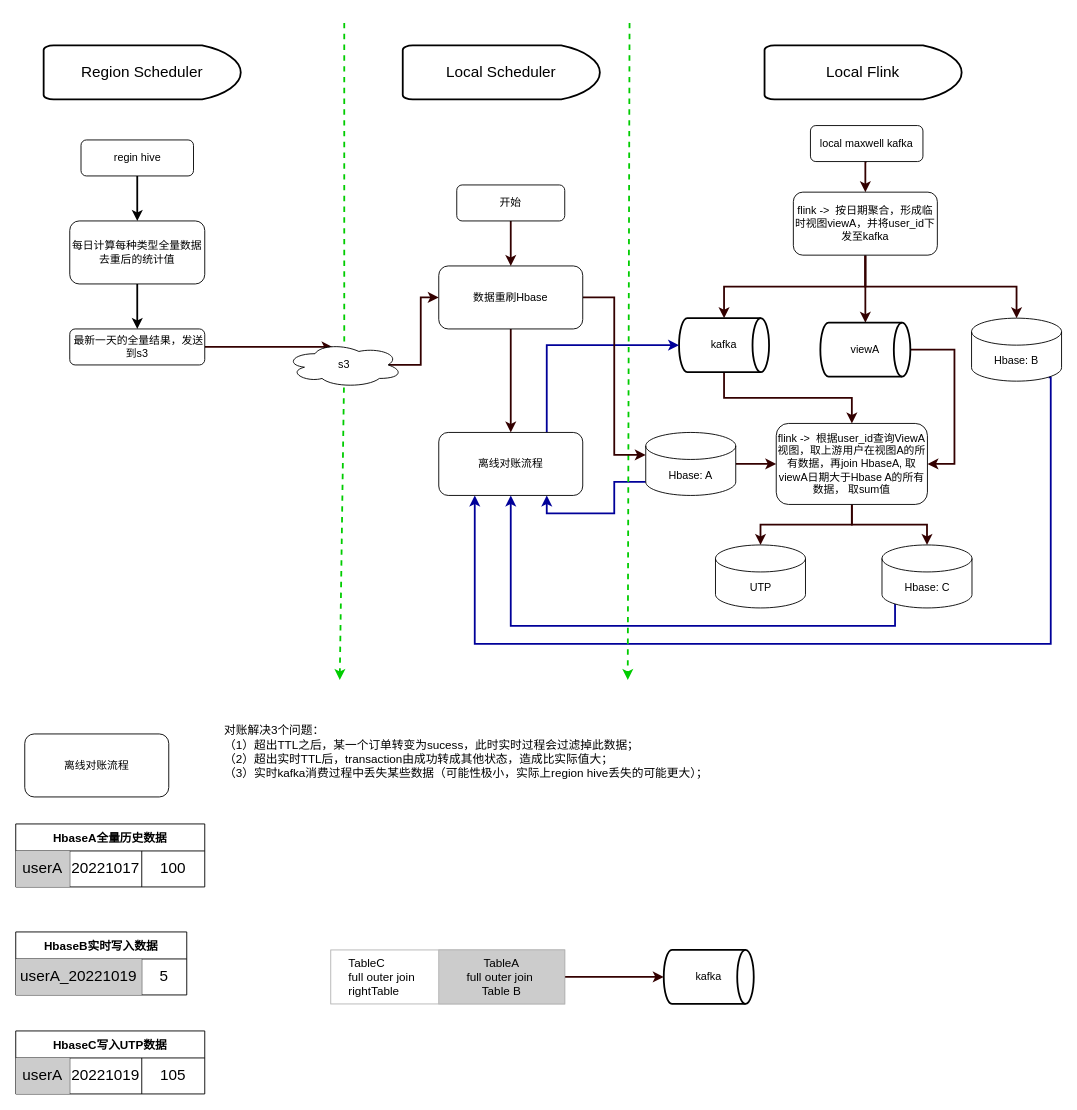
The draw.io diagram 未命名绘图.drawio in LadyTao/flink-study, before the edit. Source tidied: cells renumbered, new cells numbered last; positions are measured from the earlier drawing's top-left corner, leaving out a move shared by most shapes. Both pictures are drawn from the tidied source at 90%, with x=0, y=0 at pixel (15, 22).
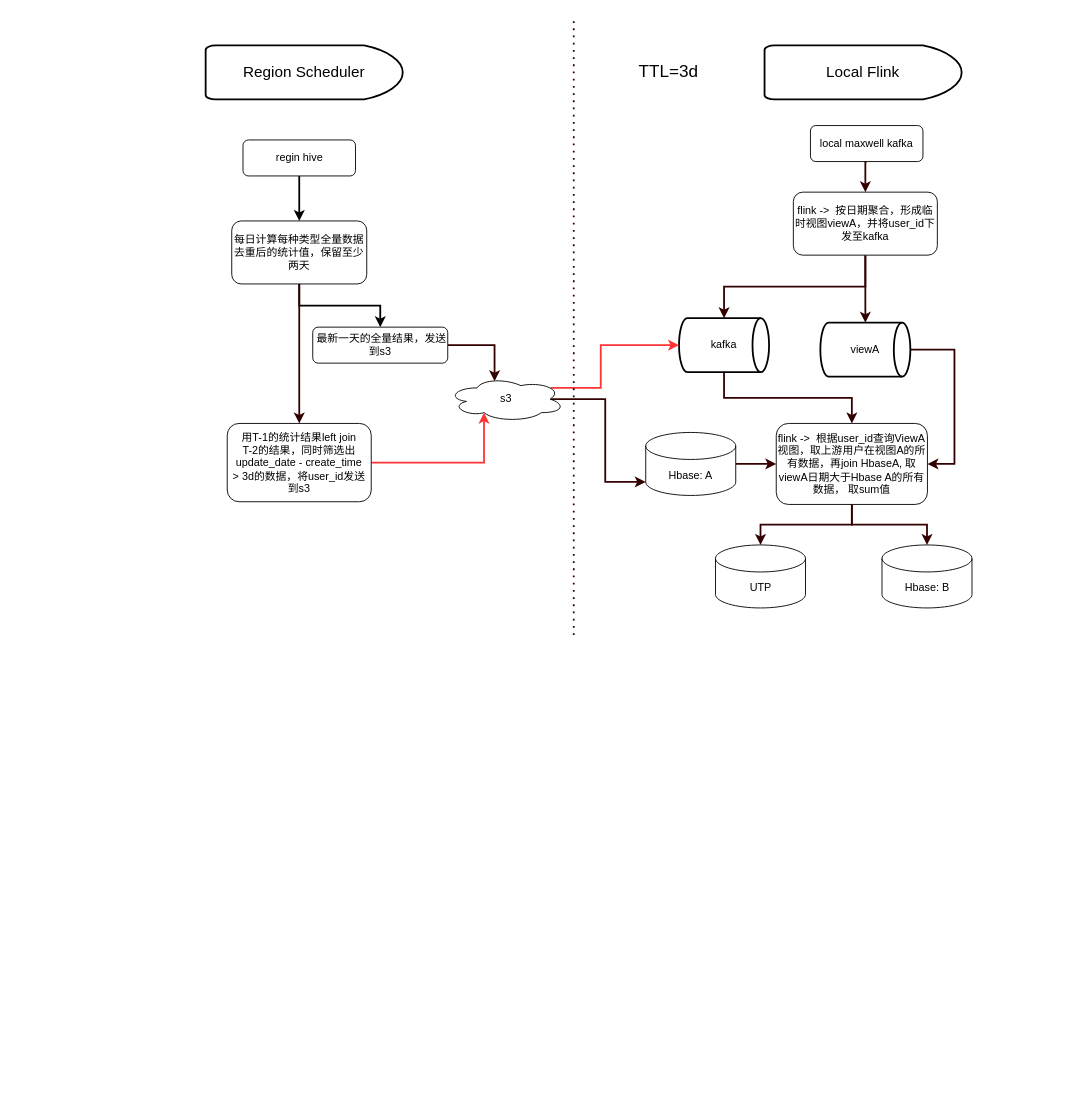
The same page after the edit.

Commit message:
更新未命名绘图.drawio

Unchanged cells that the change refers to:
```xml
<mxCell id="14" value="Hbase: A" style="shape=cylinder3;whiteSpace=wrap;html=1;boundedLbl=1;backgroundOutline=1;size=15;" parent="1" vertex="1">
  <mxGeometry x="700" y="455" width="100" height="70" as="geometry" />
</mxCell>
<mxCell id="18" value="flink -&amp;gt;&amp;nbsp; 按日期聚合，形成临时视图viewA，并将user_id下发至kafka" style="rounded=1;whiteSpace=wrap;html=1;" parent="1" vertex="1">
  <mxGeometry x="864" y="188" width="160" height="70" as="geometry" />
</mxCell>
<mxCell id="20" value="kafka" style="strokeWidth=2;html=1;shape=mxgraph.flowchart.direct_data;whiteSpace=wrap;" parent="1" vertex="1">
  <mxGeometry x="737" y="328" width="100" height="60" as="geometry" />
</mxCell>
```

What changed in the source:
```diff
@@
-    <mxCell id="2" value="&amp;nbsp; &amp;nbsp; &amp;nbsp;TableC&amp;nbsp;&lt;br&gt;&amp;nbsp; &amp;nbsp; &amp;nbsp;full outer join&amp;nbsp;&lt;br&gt;&amp;nbsp; &amp;nbsp; &amp;nbsp;rightTable" style="rounded=0;whiteSpace=wrap;html=1;strokeColor=#B3B3B3;fontSize=13;fillColor=default;align=left;" parent="1" vertex="1">
-      <mxGeometry x="350" y="1030" width="260" height="60" as="geometry" />
-    </mxCell>
-    <mxCell id="3" style="edgeStyle=none;jettySize=auto;html=1;rounded=0;strokeWidth=2;dashed=1;strokeColor=#00CC00;startArrow=none;" parent="1" edge="1" source="38">
-      <mxGeometry relative="1" as="geometry">
-        <mxPoint x="360" y="730" as="targetPoint" />
-      </mxGeometry>
-    </mxCell>
@@
     <mxCell id="5" value="regin hive" style="rounded=1;whiteSpace=wrap;html=1;" parent="1" vertex="1">
-      <mxGeometry x="72.5" y="130" width="125" height="40" as="geometry" />
+      <mxGeometry x="252.5" y="130" width="125" height="40" as="geometry" />
     </mxCell>
@@
+    <mxCell id="64" style="edgeStyle=orthogonalEdgeStyle;rounded=0;jettySize=auto;html=1;exitX=0.5;exitY=1;exitDx=0;exitDy=0;strokeColor=#330000;strokeWidth=2;fontSize=13;" parent="1" edge="1" source="9" target="68">
+      <mxGeometry relative="1" as="geometry" />
+    </mxCell>
-    <mxCell id="9" value="每日计算每种类型全量数据去重后的统计值" style="rounded=1;whiteSpace=wrap;html=1;" parent="1" vertex="1">
-      <mxGeometry x="60" y="220" width="150" height="70" as="geometry" />
+    <mxCell id="9" value="每日计算每种类型全量数据去重后的统计值，保留至少两天" style="rounded=1;whiteSpace=wrap;html=1;" parent="1" vertex="1">
+      <mxGeometry x="240" y="220" width="150" height="70" as="geometry" />
     </mxCell>
@@
     <mxCell id="11" value="&amp;nbsp;最新一天的全量结果，发送到s3" style="rounded=1;whiteSpace=wrap;html=1;" parent="1" vertex="1">
-      <mxGeometry x="60" y="340" width="150" height="40" as="geometry" />
+      <mxGeometry x="330" y="338" width="150" height="40" as="geometry" />
     </mxCell>
@@
-    <mxCell id="13" style="edgeStyle=orthogonalEdgeStyle;rounded=0;jettySize=auto;html=1;exitX=0;exitY=1;exitDx=0;exitDy=-15;exitPerimeter=0;entryX=0.75;entryY=1;entryDx=0;entryDy=0;strokeColor=#000099;strokeWidth=2;fontSize=17;" parent="1" edge="1" source="14" target="36">
-      <mxGeometry relative="1" as="geometry" />
-    </mxCell>
@@
-    <mxCell id="17" style="edgeStyle=orthogonalEdgeStyle;rounded=0;jettySize=auto;html=1;exitX=0.5;exitY=1;exitDx=0;exitDy=0;strokeColor=#330000;strokeWidth=2;" parent="1" edge="1" source="18" target="30">
-      <mxGeometry relative="1" as="geometry" />
-    </mxCell>
@@
-    <mxCell id="24" style="edgeStyle=orthogonalEdgeStyle;rounded=0;jettySize=auto;html=1;exitX=0.145;exitY=1;exitDx=0;exitDy=-4.35;exitPerimeter=0;entryX=0.5;entryY=1;entryDx=0;entryDy=0;strokeColor=#000099;strokeWidth=2;fontSize=17;" parent="1" edge="1" source="25" target="36">
-      <mxGeometry relative="1" as="geometry">
-        <Array as="points">
-          <mxPoint x="977" y="670" />
-          <mxPoint x="550" y="670" />
-        </Array>
-      </mxGeometry>
-    </mxCell>
-    <mxCell id="25" value="Hbase: C" style="shape=cylinder3;whiteSpace=wrap;html=1;boundedLbl=1;backgroundOutline=1;size=15;" parent="1" vertex="1">
+    <mxCell id="25" value="Hbase: B" style="shape=cylinder3;whiteSpace=wrap;html=1;boundedLbl=1;backgroundOutline=1;size=15;" parent="1" vertex="1">
       <mxGeometry x="962.5" y="580" width="100" height="70" as="geometry" />
     </mxCell>
@@
-    <mxCell id="29" style="edgeStyle=orthogonalEdgeStyle;rounded=0;jettySize=auto;html=1;exitX=0.855;exitY=1;exitDx=0;exitDy=-4.35;exitPerimeter=0;entryX=0.25;entryY=1;entryDx=0;entryDy=0;strokeColor=#000099;strokeWidth=2;fontSize=17;" parent="1" edge="1" source="30" target="36">
-      <mxGeometry relative="1" as="geometry">
-        <Array as="points">
-          <mxPoint x="1150" y="394" />
-          <mxPoint x="1150" y="690" />
-          <mxPoint x="510" y="690" />
-        </Array>
-      </mxGeometry>
-    </mxCell>
-    <mxCell id="30" value="Hbase: B" style="shape=cylinder3;whiteSpace=wrap;html=1;boundedLbl=1;backgroundOutline=1;size=15;" parent="1" vertex="1">
-      <mxGeometry x="1062" y="328" width="100" height="70" as="geometry" />
-    </mxCell>
     <mxCell id="31" value="&lt;font style=&quot;font-size: 17px;&quot;&gt;Region Scheduler&lt;/font&gt;" style="strokeWidth=2;html=1;shape=mxgraph.flowchart.delay;whiteSpace=wrap;fontSize=16;" parent="1" vertex="1">
-      <mxGeometry x="31" y="25" width="219" height="60" as="geometry" />
+      <mxGeometry x="211" y="25" width="219" height="60" as="geometry" />
     </mxCell>
@@
-    <mxCell id="33" value="&lt;font style=&quot;font-size: 17px;&quot;&gt;Local Scheduler&lt;/font&gt;" style="strokeWidth=2;html=1;shape=mxgraph.flowchart.delay;whiteSpace=wrap;fontSize=16;" parent="1" vertex="1">
-      <mxGeometry x="430" y="25" width="219" height="60" as="geometry" />
-    </mxCell>
-    <mxCell id="34" style="edgeStyle=none;orthogonalLoop=1;jettySize=auto;html=1;rounded=0;strokeWidth=2;dashed=1;strokeColor=#00CC00;" parent="1" edge="1">
-      <mxGeometry relative="1" as="geometry">
-        <mxPoint x="682" as="sourcePoint" />
-        <mxPoint x="680" y="730" as="targetPoint" />
-      </mxGeometry>
-    </mxCell>
-    <mxCell id="35" style="edgeStyle=orthogonalEdgeStyle;rounded=0;jettySize=auto;html=1;exitX=0.75;exitY=0;exitDx=0;exitDy=0;entryX=0;entryY=0.5;entryDx=0;entryDy=0;entryPerimeter=0;strokeColor=#000099;strokeWidth=2;fontSize=17;" parent="1" edge="1" source="36" target="20">
-      <mxGeometry relative="1" as="geometry" />
-    </mxCell>
-    <mxCell id="36" value="离线对账流程" style="rounded=1;whiteSpace=wrap;html=1;" parent="1" vertex="1">
-      <mxGeometry x="470" y="455" width="160" height="70" as="geometry" />
-    </mxCell>
-    <mxCell id="37" style="edgeStyle=orthogonalEdgeStyle;rounded=0;jettySize=auto;html=1;exitX=0.875;exitY=0.5;exitDx=0;exitDy=0;exitPerimeter=0;entryX=0;entryY=0.5;entryDx=0;entryDy=0;strokeColor=#330000;strokeWidth=2;fontSize=17;" parent="1" edge="1" source="38" target="42">
-      <mxGeometry relative="1" as="geometry" />
-    </mxCell>
+    <mxCell id="65" style="edgeStyle=orthogonalEdgeStyle;rounded=0;jettySize=auto;html=1;exitX=0.875;exitY=0.5;exitDx=0;exitDy=0;exitPerimeter=0;entryX=0;entryY=1;entryDx=0;entryDy=-15;entryPerimeter=0;strokeColor=#330000;strokeWidth=2;fontSize=13;" parent="1" edge="1" source="38" target="14">
+      <mxGeometry relative="1" as="geometry" />
+    </mxCell>
+    <mxCell id="66" style="edgeStyle=orthogonalEdgeStyle;rounded=0;jettySize=auto;html=1;exitX=0.88;exitY=0.25;exitDx=0;exitDy=0;exitPerimeter=0;entryX=0;entryY=0.5;entryDx=0;entryDy=0;entryPerimeter=0;strokeColor=#FF3333;strokeWidth=2;fontSize=13;" parent="1" edge="1" source="38" target="20">
+      <mxGeometry relative="1" as="geometry">
+        <Array as="points">
+          <mxPoint x="650" y="406" />
+          <mxPoint x="650" y="358" />
+        </Array>
+      </mxGeometry>
+    </mxCell>
     <mxCell id="38" value="s3" style="ellipse;shape=cloud;whiteSpace=wrap;html=1;" parent="1" vertex="1">
-      <mxGeometry x="300" y="355" width="130" height="50" as="geometry" />
+      <mxGeometry x="480" y="393" width="130" height="50" as="geometry" />
     </mxCell>
-    <mxCell id="39" style="edgeStyle=none;jettySize=auto;html=1;rounded=0;strokeWidth=2;dashed=1;strokeColor=#00CC00;endArrow=none;" parent="1" edge="1" target="38">
-      <mxGeometry relative="1" as="geometry">
-        <mxPoint x="365" as="sourcePoint" />
-      </mxGeometry>
-    </mxCell>
-    <mxCell id="40" style="edgeStyle=orthogonalEdgeStyle;rounded=0;jettySize=auto;html=1;exitX=1;exitY=0.5;exitDx=0;exitDy=0;entryX=0;entryY=0;entryDx=0;entryDy=25;entryPerimeter=0;strokeColor=#330000;strokeWidth=2;fontSize=17;" parent="1" edge="1" source="42" target="14">
-      <mxGeometry relative="1" as="geometry" />
-    </mxCell>
-    <mxCell id="41" style="edgeStyle=orthogonalEdgeStyle;rounded=0;jettySize=auto;html=1;exitX=0.5;exitY=1;exitDx=0;exitDy=0;entryX=0.5;entryY=0;entryDx=0;entryDy=0;strokeColor=#330000;strokeWidth=2;fontSize=17;" parent="1" edge="1" source="42" target="36">
-      <mxGeometry relative="1" as="geometry" />
-    </mxCell>
-    <mxCell id="42" value="数据重刷Hbase" style="rounded=1;whiteSpace=wrap;html=1;" parent="1" vertex="1">
-      <mxGeometry x="470" y="270" width="160" height="70" as="geometry" />
-    </mxCell>
-    <mxCell id="43" style="edgeStyle=orthogonalEdgeStyle;rounded=0;jettySize=auto;html=1;exitX=0.5;exitY=1;exitDx=0;exitDy=0;entryX=0.5;entryY=0;entryDx=0;entryDy=0;strokeColor=#330000;strokeWidth=2;fontSize=17;" parent="1" edge="1" source="44" target="42">
-      <mxGeometry relative="1" as="geometry" />
-    </mxCell>
-    <mxCell id="44" value="开始" style="rounded=1;whiteSpace=wrap;html=1;" parent="1" vertex="1">
-      <mxGeometry x="490" y="180" width="120" height="40" as="geometry" />
-    </mxCell>
-    <mxCell id="45" value="离线对账流程" style="rounded=1;whiteSpace=wrap;html=1;" parent="1" vertex="1">
-      <mxGeometry x="10" y="790" width="160" height="70" as="geometry" />
-    </mxCell>
-    <mxCell id="46" value="HbaseA全量历史数据" style="shape=table;startSize=30;childLayout=tableLayout;fontStyle=1;align=center;fontSize=13;" parent="1" vertex="1">
-      <mxGeometry y="890" width="210" height="70" as="geometry" />
-    </mxCell>
-    <mxCell id="47" style="shape=tableRow;horizontal=0;startSize=0;swimlaneHead=0;swimlaneBody=0;top=0;left=0;bottom=0;right=0;fillColor=none;fontSize=17;" parent="46" vertex="1">
-      <mxGeometry y="30" width="210" height="40" as="geometry" />
-    </mxCell>
-    <mxCell id="48" value="userA" style="shape=partialRectangle;html=1;whiteSpace=wrap;fillColor=#CCCCCC;top=0;left=0;bottom=0;right=0;overflow=hidden;fontSize=17;" parent="47" vertex="1">
-      <mxGeometry width="60" height="40" as="geometry" />
-    </mxCell>
-    <mxCell id="49" value="20221017" style="shape=partialRectangle;html=1;whiteSpace=wrap;fillColor=none;top=0;left=0;bottom=0;right=0;overflow=hidden;fontSize=17;" parent="47" vertex="1">
-      <mxGeometry x="60" width="80" height="40" as="geometry" />
-    </mxCell>
-    <mxCell id="50" value="100" style="shape=partialRectangle;html=1;whiteSpace=wrap;fillColor=none;top=0;left=0;bottom=0;right=0;overflow=hidden;fontSize=17;" parent="47" vertex="1">
-      <mxGeometry x="140" width="70" height="40" as="geometry" />
-    </mxCell>
-    <mxCell id="51" value="HbaseB实时写入数据" style="shape=table;startSize=30;childLayout=tableLayout;fontStyle=1;align=center;fontSize=13;" parent="1" vertex="1">
-      <mxGeometry y="1010" width="190" height="70" as="geometry" />
-    </mxCell>
-    <mxCell id="52" style="shape=tableRow;horizontal=0;startSize=0;swimlaneHead=0;swimlaneBody=0;top=0;left=0;bottom=0;right=0;fillColor=none;fontSize=17;" parent="51" vertex="1">
-      <mxGeometry y="30" width="190" height="40" as="geometry" />
-    </mxCell>
-    <mxCell id="53" value="userA_20221019" style="shape=partialRectangle;html=1;whiteSpace=wrap;fillColor=#CCCCCC;top=0;left=0;bottom=0;right=0;overflow=hidden;fontSize=17;" parent="52" vertex="1">
-      <mxGeometry width="140" height="40" as="geometry" />
-    </mxCell>
-    <mxCell id="54" value="5" style="shape=partialRectangle;html=1;whiteSpace=wrap;fillColor=none;top=0;left=0;bottom=0;right=0;overflow=hidden;fontSize=17;" parent="52" vertex="1">
-      <mxGeometry x="140" width="50" height="40" as="geometry" />
-    </mxCell>
-    <mxCell id="55" value="HbaseC写入UTP数据" style="shape=table;startSize=30;childLayout=tableLayout;fontStyle=1;align=center;fontSize=13;" parent="1" vertex="1">
-      <mxGeometry y="1120" width="210" height="70" as="geometry" />
-    </mxCell>
-    <mxCell id="56" style="shape=tableRow;horizontal=0;startSize=0;swimlaneHead=0;swimlaneBody=0;top=0;left=0;bottom=0;right=0;fillColor=none;fontSize=17;" parent="55" vertex="1">
-      <mxGeometry y="30" width="210" height="40" as="geometry" />
-    </mxCell>
-    <mxCell id="57" value="userA" style="shape=partialRectangle;html=1;whiteSpace=wrap;fillColor=#CCCCCC;top=0;left=0;bottom=0;right=0;overflow=hidden;fontSize=17;" parent="56" vertex="1">
-      <mxGeometry width="60" height="40" as="geometry" />
-    </mxCell>
-    <mxCell id="58" value="20221019" style="shape=partialRectangle;html=1;whiteSpace=wrap;fillColor=none;top=0;left=0;bottom=0;right=0;overflow=hidden;fontSize=17;" parent="56" vertex="1">
-      <mxGeometry x="60" width="80" height="40" as="geometry" />
-    </mxCell>
-    <mxCell id="59" value="105" style="shape=partialRectangle;html=1;whiteSpace=wrap;fillColor=none;top=0;left=0;bottom=0;right=0;overflow=hidden;fontSize=17;" parent="56" vertex="1">
-      <mxGeometry x="140" width="70" height="40" as="geometry" />
-    </mxCell>
-    <mxCell id="60" value="对账解决3个问题：&lt;br&gt;（1）超出TTL之后，某一个订单转变为sucess，此时实时过程会过滤掉此数据；&lt;br&gt;（2）超出实时TTL后，transaction由成功转成其他状态，造成比实际值大；&lt;br&gt;（3）实时kafka消费过程中丢失某些数据（可能性极小，实际上region hive丢失的可能更大）；" style="text;html=1;align=left;verticalAlign=middle;fillColor=none;strokeColor=none;rounded=0;fontSize=13;" parent="1" vertex="1">
-      <mxGeometry x="230" y="770" width="570" height="80" as="geometry" />
-    </mxCell>
-    <mxCell id="61" style="edgeStyle=orthogonalEdgeStyle;rounded=0;jettySize=auto;html=1;exitX=1;exitY=0.5;exitDx=0;exitDy=0;entryX=0;entryY=0.5;entryDx=0;entryDy=0;entryPerimeter=0;strokeColor=#330000;strokeWidth=2;fontSize=13;" parent="1" edge="1" source="62" target="63">
-      <mxGeometry relative="1" as="geometry" />
-    </mxCell>
-    <mxCell id="62" value="TableA&lt;br&gt;full outer join&amp;nbsp;&lt;br&gt;Table B" style="rounded=0;whiteSpace=wrap;html=1;strokeColor=#B3B3B3;fontSize=13;fillColor=#CCCCCC;" parent="1" vertex="1">
-      <mxGeometry x="470" y="1030" width="140" height="60" as="geometry" />
-    </mxCell>
-    <mxCell id="63" value="kafka" style="strokeWidth=2;html=1;shape=mxgraph.flowchart.direct_data;whiteSpace=wrap;" parent="1" vertex="1">
-      <mxGeometry x="720" y="1030" width="100" height="60" as="geometry" />
-    </mxCell>
+    <mxCell id="67" style="edgeStyle=orthogonalEdgeStyle;rounded=0;jettySize=auto;html=1;exitX=1;exitY=0.5;exitDx=0;exitDy=0;entryX=0.31;entryY=0.8;entryDx=0;entryDy=0;entryPerimeter=0;strokeColor=#FF3333;strokeWidth=2;fontSize=13;" parent="1" edge="1" source="68" target="38">
+      <mxGeometry relative="1" as="geometry" />
+    </mxCell>
+    <mxCell id="68" value="用T-1的统计结果left join &lt;br&gt;T-2的结果，同时筛选出update_date - create_time &lt;br&gt;&amp;gt; 3d的数据，将user_id发送到s3" style="rounded=1;whiteSpace=wrap;html=1;" parent="1" vertex="1">
+      <mxGeometry x="235" y="445" width="160" height="87" as="geometry" />
+    </mxCell>
+    <mxCell id="69" value="&lt;font style=&quot;font-size: 19px;&quot;&gt;TTL=3d&lt;/font&gt;" style="text;html=1;align=center;verticalAlign=middle;fillColor=none;strokeColor=none;rounded=0;fontSize=13;" parent="1" vertex="1">
+      <mxGeometry x="680" y="35" width="90" height="40" as="geometry" />
+    </mxCell>
+    <mxCell id="70" style="endArrow=none;dashed=1;html=1;dashPattern=1 3;strokeWidth=2;rounded=0;strokeColor=#330000;fontSize=19;" parent="1" edge="1">
+      <mxGeometry relative="1" as="geometry">
+        <mxPoint x="620" y="680" as="sourcePoint" />
+        <mxPoint x="620" y="-5" as="targetPoint" />
+      </mxGeometry>
+    </mxCell>
```
